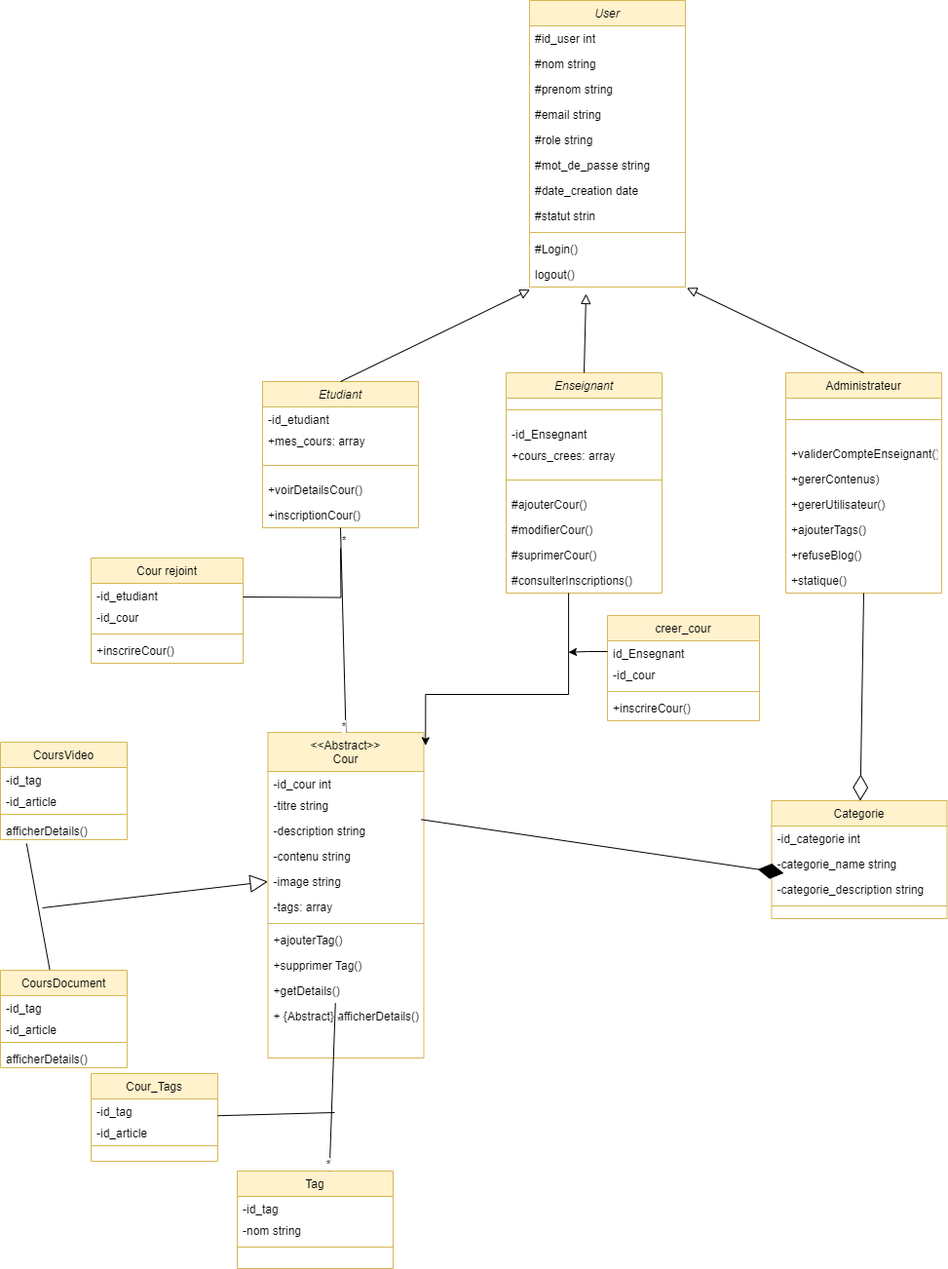
The draw.io diagram diagrams/class-diagram.drawio.png in Abdelmoudiri/Youdemy, before a commit. Source tidied: cells renumbered, new cells last; positions are measured from the earlier drawing's top-left corner, leaving out a move shared by most shapes.
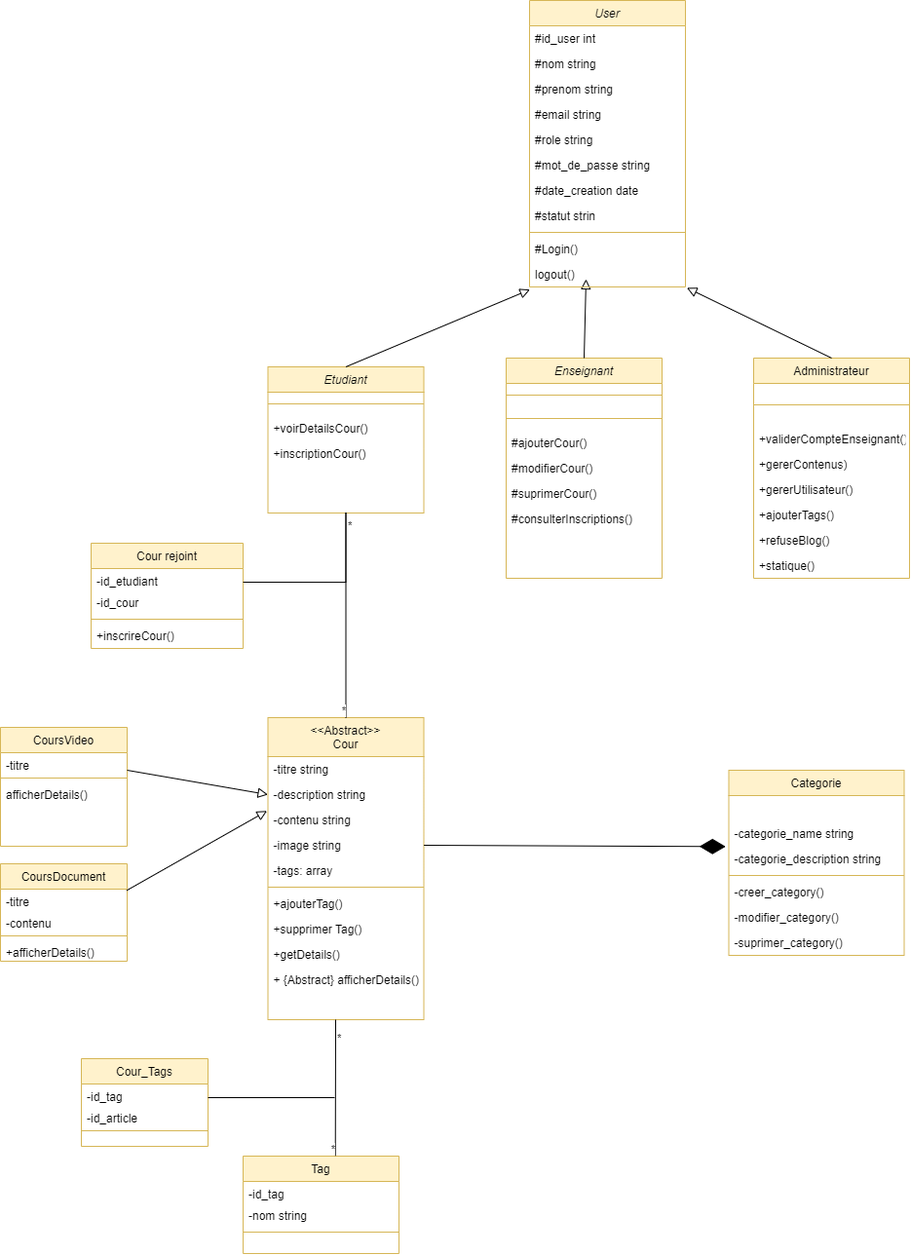
Later version of the same file.

Commit message:
modifier les diagrammes

What changed in the source:
```diff
@@ -5,18 +5,12 @@
     <mxCell id="2" value="Etudiant" style="swimlane;fontStyle=2;align=center;verticalAlign=top;horizontal=1;startSize=26;rounded=0;shadow=0;strokeWidth=1;fillColor=#fff2cc;strokeColor=#d6b656;" parent="1" vertex="1">
-      <mxGeometry x="269" y="391" width="160" height="150" as="geometry" />
+      <mxGeometry x="274.5" y="391" width="160" height="150" as="geometry" />
     </mxCell>
-    <mxCell id="3" value="-id_etudiant" style="text;align=left;verticalAlign=top;spacingLeft=4;spacingRight=4;overflow=hidden;" parent="2" vertex="1">
-      <mxGeometry y="26" width="160" height="22" as="geometry" />
-    </mxCell>
-    <mxCell id="4" value="+mes_cours: array" style="text;align=left;verticalAlign=top;spacingLeft=4;spacingRight=4;overflow=hidden;" parent="2" vertex="1">
-      <mxGeometry y="48" width="160" height="26" as="geometry" />
-    </mxCell>
     <mxCell id="5" style="line;html=1;strokeWidth=1;align=left;verticalAlign=middle;spacingTop=-1;spacingLeft=3;spacingRight=3;labelPosition=right;fillColor=#fff2cc;strokeColor=#d6b656;" parent="2" vertex="1">
-      <mxGeometry y="74" width="160" height="24" as="geometry" />
+      <mxGeometry y="26" width="160" height="24" as="geometry" />
     </mxCell>
     <mxCell id="6" value="+voirDetailsCour()" style="text;align=left;verticalAlign=top;spacingLeft=4;spacingRight=4;overflow=hidden;" parent="2" vertex="1">
-      <mxGeometry y="98" width="160" height="26" as="geometry" />
+      <mxGeometry y="50" width="160" height="26" as="geometry" />
     </mxCell>
     <mxCell id="7" value="+inscriptionCour()" style="text;align=left;verticalAlign=top;spacingLeft=4;spacingRight=4;overflow=hidden;" parent="2" vertex="1">
-      <mxGeometry y="124" width="160" height="26" as="geometry" />
+      <mxGeometry y="76" width="160" height="26" as="geometry" />
     </mxCell>
@@ -28,25 +22,19 @@
     </mxCell>
-    <mxCell id="10" value="-id_Ensegnant" style="text;align=left;verticalAlign=top;spacingLeft=4;spacingRight=4;overflow=hidden;" parent="8" vertex="1">
-      <mxGeometry y="50" width="160" height="22" as="geometry" />
-    </mxCell>
-    <mxCell id="11" value="+cours_crees: array" style="text;align=left;verticalAlign=top;spacingLeft=4;spacingRight=4;overflow=hidden;" parent="8" vertex="1">
-      <mxGeometry y="72" width="160" height="26" as="geometry" />
-    </mxCell>
     <mxCell id="12" style="line;html=1;strokeWidth=1;align=left;verticalAlign=middle;spacingTop=-1;spacingLeft=3;spacingRight=3;labelPosition=right;fillColor=#fff2cc;strokeColor=#d6b656;" parent="8" vertex="1">
-      <mxGeometry y="98" width="160" height="24" as="geometry" />
+      <mxGeometry y="50" width="160" height="24" as="geometry" />
     </mxCell>
     <mxCell id="13" value="#ajouterCour()" style="text;align=left;verticalAlign=top;spacingLeft=4;spacingRight=4;overflow=hidden;" parent="8" vertex="1">
-      <mxGeometry y="122" width="160" height="26" as="geometry" />
+      <mxGeometry y="74" width="160" height="26" as="geometry" />
     </mxCell>
     <mxCell id="14" value="#modifierCour()" style="text;align=left;verticalAlign=top;spacingLeft=4;spacingRight=4;overflow=hidden;" parent="8" vertex="1">
-      <mxGeometry y="148" width="160" height="26" as="geometry" />
+      <mxGeometry y="100" width="160" height="26" as="geometry" />
     </mxCell>
     <mxCell id="15" value="#suprimerCour()" style="text;align=left;verticalAlign=top;spacingLeft=4;spacingRight=4;overflow=hidden;" parent="8" vertex="1">
-      <mxGeometry y="174" width="160" height="26" as="geometry" />
+      <mxGeometry y="126" width="160" height="26" as="geometry" />
     </mxCell>
     <mxCell id="16" value="#consulterInscriptions()" style="text;align=left;verticalAlign=top;spacingLeft=4;spacingRight=4;overflow=hidden;" parent="8" vertex="1">
-      <mxGeometry y="200" width="160" height="26" as="geometry" />
+      <mxGeometry y="152" width="160" height="26" as="geometry" />
     </mxCell>
     <mxCell id="17" value="Administrateur" style="swimlane;fontStyle=0;align=center;verticalAlign=top;horizontal=1;startSize=26;rounded=0;shadow=0;strokeWidth=1;fillColor=#fff2cc;strokeColor=#d6b656;" parent="1" vertex="1">
-      <mxGeometry x="806" y="382" width="160" height="226" as="geometry" />
+      <mxGeometry x="773" y="382" width="160" height="226" as="geometry" />
     </mxCell>
@@ -74,39 +62,36 @@
     <mxCell id="25" value="&lt;&lt;Abstract&gt;&gt;&#10;Cour&#10;" style="swimlane;fontStyle=0;align=center;verticalAlign=top;horizontal=1;startSize=40;rounded=0;shadow=0;strokeWidth=1;fillColor=#fff2cc;strokeColor=#d6b656;" parent="1" vertex="1">
-      <mxGeometry x="274.5" y="751" width="160" height="334" as="geometry" />
+      <mxGeometry x="274.5" y="751" width="160" height="310" as="geometry" />
     </mxCell>
-    <mxCell id="26" value="-id_cour int" style="text;align=left;verticalAlign=top;spacingLeft=4;spacingRight=4;overflow=hidden;" parent="25" vertex="1">
-      <mxGeometry y="40" width="160" height="22" as="geometry" />
-    </mxCell>
     <mxCell id="27" value="-titre string" style="text;align=left;verticalAlign=top;spacingLeft=4;spacingRight=4;overflow=hidden;points=[[0,0.5],[1,0.5]];portConstraint=eastwest;" parent="25" vertex="1">
-      <mxGeometry y="62" width="160" height="26" as="geometry" />
+      <mxGeometry y="40" width="160" height="26" as="geometry" />
     </mxCell>
     <mxCell id="28" value="-description string" style="text;align=left;verticalAlign=top;spacingLeft=4;spacingRight=4;overflow=hidden;points=[[0,0.5],[1,0.5]];portConstraint=eastwest;" parent="25" vertex="1">
-      <mxGeometry y="88" width="160" height="26" as="geometry" />
+      <mxGeometry y="66" width="160" height="26" as="geometry" />
     </mxCell>
     <mxCell id="29" value="-contenu string" style="text;align=left;verticalAlign=top;spacingLeft=4;spacingRight=4;overflow=hidden;points=[[0,0.5],[1,0.5]];portConstraint=eastwest;" parent="25" vertex="1">
-      <mxGeometry y="114" width="160" height="26" as="geometry" />
+      <mxGeometry y="92" width="160" height="26" as="geometry" />
     </mxCell>
     <mxCell id="30" value="-image string" style="text;align=left;verticalAlign=top;spacingLeft=4;spacingRight=4;overflow=hidden;points=[[0,0.5],[1,0.5]];portConstraint=eastwest;" parent="25" vertex="1">
-      <mxGeometry y="140" width="160" height="26" as="geometry" />
+      <mxGeometry y="118" width="160" height="26" as="geometry" />
     </mxCell>
     <mxCell id="31" value="-tags: array" style="text;align=left;verticalAlign=top;spacingLeft=4;spacingRight=4;overflow=hidden;" parent="25" vertex="1">
-      <mxGeometry y="166" width="160" height="26" as="geometry" />
+      <mxGeometry y="144" width="160" height="26" as="geometry" />
     </mxCell>
     <mxCell id="32" style="line;html=1;strokeWidth=1;align=left;verticalAlign=middle;spacingTop=-1;spacingLeft=3;spacingRight=3;labelPosition=right;fillColor=#fff2cc;strokeColor=#d6b656;" parent="25" vertex="1">
-      <mxGeometry y="192" width="160" height="8" as="geometry" />
+      <mxGeometry y="170" width="160" height="8" as="geometry" />
     </mxCell>
     <mxCell id="33" value="+ajouterTag()" style="text;align=left;verticalAlign=top;spacingLeft=4;spacingRight=4;overflow=hidden;" parent="25" vertex="1">
-      <mxGeometry y="200" width="160" height="26" as="geometry" />
+      <mxGeometry y="178" width="160" height="26" as="geometry" />
     </mxCell>
     <mxCell id="34" value="+supprimer Tag()" style="text;align=left;verticalAlign=top;spacingLeft=4;spacingRight=4;overflow=hidden;" parent="25" vertex="1">
-      <mxGeometry y="226" width="160" height="26" as="geometry" />
+      <mxGeometry y="204" width="160" height="26" as="geometry" />
     </mxCell>
     <mxCell id="35" value="+getDetails()" style="text;align=left;verticalAlign=top;spacingLeft=4;spacingRight=4;overflow=hidden;points=[[0,0.5],[1,0.5]];portConstraint=eastwest;" parent="25" vertex="1">
-      <mxGeometry y="252" width="160" height="26" as="geometry" />
+      <mxGeometry y="230" width="160" height="26" as="geometry" />
     </mxCell>
     <mxCell id="36" value="+ {Abstract} afficherDetails()" style="text;align=left;verticalAlign=top;spacingLeft=4;spacingRight=4;overflow=hidden;" parent="25" vertex="1">
-      <mxGeometry y="278" width="160" height="26" as="geometry" />
+      <mxGeometry y="256" width="160" height="26" as="geometry" />
     </mxCell>
     <mxCell id="37" value="Tag" style="swimlane;fontStyle=0;align=center;verticalAlign=top;horizontal=1;startSize=26;rounded=0;shadow=0;strokeWidth=1;fillColor=#fff2cc;strokeColor=#d6b656;" parent="1" vertex="1">
-      <mxGeometry x="243" y="1201" width="160" height="100" as="geometry" />
+      <mxGeometry x="249" y="1201" width="160" height="100" as="geometry" />
     </mxCell>
@@ -122,3 +107,3 @@
     <mxCell id="41" value="Cour_Tags" style="swimlane;fontStyle=0;align=center;verticalAlign=top;horizontal=1;startSize=26;rounded=0;shadow=0;strokeWidth=1;fillColor=#fff2cc;strokeColor=#d6b656;" parent="1" vertex="1">
-      <mxGeometry x="93" y="1101" width="130" height="90" as="geometry" />
+      <mxGeometry x="83" y="1101" width="130" height="90" as="geometry" />
     </mxCell>
@@ -134,5 +119,5 @@
     <mxCell id="45" value="Categorie" style="swimlane;fontStyle=0;align=center;verticalAlign=top;horizontal=1;startSize=26;rounded=0;shadow=0;strokeWidth=1;fillColor=#fff2cc;strokeColor=#d6b656;" parent="1" vertex="1">
-      <mxGeometry x="791.5" y="821" width="180" height="121" as="geometry" />
+      <mxGeometry x="747.5" y="805" width="180" height="190" as="geometry" />
     </mxCell>
-    <mxCell id="46" value="-id_categorie int" style="text;align=left;verticalAlign=top;spacingLeft=4;spacingRight=4;overflow=hidden;" parent="45" vertex="1">
+    <mxCell id="46" value="&#10;" style="text;align=left;verticalAlign=top;spacingLeft=4;spacingRight=4;overflow=hidden;" parent="45" vertex="1">
       <mxGeometry y="26" width="180" height="26" as="geometry" />
@@ -148,2 +133,11 @@
     </mxCell>
+    <mxCell id="99" value="-creer_category()" style="text;align=left;verticalAlign=top;spacingLeft=4;spacingRight=4;overflow=hidden;" parent="45" vertex="1">
+      <mxGeometry y="112" width="180" height="26" as="geometry" />
+    </mxCell>
+    <mxCell id="100" value="-modifier_category()" style="text;align=left;verticalAlign=top;spacingLeft=4;spacingRight=4;overflow=hidden;" parent="45" vertex="1">
+      <mxGeometry y="138" width="180" height="26" as="geometry" />
+    </mxCell>
+    <mxCell id="101" value="-suprimer_category()" style="text;align=left;verticalAlign=top;spacingLeft=4;spacingRight=4;overflow=hidden;" parent="45" vertex="1">
+      <mxGeometry y="164" width="180" height="26" as="geometry" />
+    </mxCell>
     <mxCell id="50" value="Cour rejoint" style="swimlane;fontStyle=0;align=center;verticalAlign=top;horizontal=1;startSize=26;rounded=0;shadow=0;strokeWidth=1;fillColor=#fff2cc;strokeColor=#d6b656;" parent="1" vertex="1">
@@ -169,6 +163,3 @@
     </mxCell>
-    <mxCell id="56" style="endArrow=diamondThin;endFill=0;endSize=24;html=1;rounded=0;exitX=0.5;exitY=1;exitDx=0;exitDy=0;" parent="1" edge="1" source="17" target="45">
-      <mxGeometry relative="1" as="geometry" />
-    </mxCell>
-    <mxCell id="57" style="endArrow=diamondThin;endFill=1;endSize=24;html=1;rounded=0;entryX=0.069;entryY=-0.139;entryDx=0;entryDy=0;entryPerimeter=0;exitX=0.983;exitY=1.051;exitDx=0;exitDy=0;exitPerimeter=0;" parent="1" edge="1" source="27" target="48">
+    <mxCell id="57" style="endArrow=diamondThin;endFill=1;endSize=24;html=1;rounded=0;entryX=-0.018;entryY=0.013;entryDx=0;entryDy=0;entryPerimeter=0;exitX=1;exitY=0.5;exitDx=0;exitDy=0;" parent="1" edge="1" source="30" target="48">
       <mxGeometry relative="1" as="geometry" />
@@ -186,3 +177,3 @@
     <mxCell id="60" value="User" style="swimlane;fontStyle=2;align=center;verticalAlign=top;horizontal=1;startSize=26;rounded=0;shadow=0;strokeWidth=1;fillColor=#fff2cc;strokeColor=#d6b656;" parent="1" vertex="1">
-      <mxGeometry x="543" width="160" height="294" as="geometry" />
+      <mxGeometry x="543" y="15" width="160" height="294" as="geometry" />
     </mxCell>
@@ -221,4 +212,6 @@
     </mxCell>
-    <mxCell id="72" style="endArrow=none;html=1;rounded=0;entryX=0.592;entryY=-0.003;entryDx=0;entryDy=0;entryPerimeter=0;exitX=0.433;exitY=0.987;exitDx=0;exitDy=0;exitPerimeter=0;" parent="1" edge="1" source="35" target="37">
-      <mxGeometry relative="1" as="geometry" />
+    <mxCell id="72" style="endArrow=none;html=1;rounded=0;entryX=0.592;entryY=-0.003;entryDx=0;entryDy=0;entryPerimeter=0;" parent="1" edge="1" target="37">
+      <mxGeometry relative="1" as="geometry">
+        <mxPoint x="344" y="1061" as="sourcePoint" />
+      </mxGeometry>
     </mxCell>
@@ -243,55 +236,23 @@
     </mxCell>
-    <mxCell id="78" style="endArrow=none;html=1;edgeStyle=orthogonalEdgeStyle;rounded=0;" parent="1" edge="1">
+    <mxCell id="78" style="endArrow=none;html=1;edgeStyle=orthogonalEdgeStyle;rounded=0;entryX=0.5;entryY=1;entryDx=0;entryDy=0;" parent="1" edge="1" target="2">
       <mxGeometry relative="1" as="geometry">
         <mxPoint x="249" y="612" as="sourcePoint" />
-        <mxPoint x="349" y="562" as="targetPoint" />
+        <Array as="points">
+          <mxPoint x="354" y="612" />
+        </Array>
       </mxGeometry>
     </mxCell>
-    <mxCell id="79" style="endArrow=none;html=1;rounded=0;" parent="1" edge="1" target="41">
+    <mxCell id="79" style="endArrow=none;html=1;rounded=0;" parent="1" edge="1">
       <mxGeometry relative="1" as="geometry">
         <mxPoint x="343" y="1141" as="sourcePoint" />
+        <mxPoint x="213" y="1141" as="targetPoint" />
       </mxGeometry>
     </mxCell>
-    <mxCell id="80" style="edgeStyle=orthogonalEdgeStyle;rounded=0;jettySize=auto;html=1;entryX=1.011;entryY=0.04;entryDx=0;entryDy=0;entryPerimeter=0;" parent="1" edge="1" source="8" target="25">
-      <mxGeometry relative="1" as="geometry">
-        <Array as="points">
-          <mxPoint x="583" y="712" />
-        </Array>
-      </mxGeometry>
-    </mxCell>
-    <mxCell id="81" value="creer_cour" style="swimlane;fontStyle=0;align=center;verticalAlign=top;horizontal=1;startSize=26;rounded=0;shadow=0;strokeWidth=1;fillColor=#fff2cc;strokeColor=#d6b656;" parent="1" vertex="1">
-      <mxGeometry x="623" y="631" width="156" height="108" as="geometry" />
-    </mxCell>
-    <mxCell id="82" style="edgeStyle=orthogonalEdgeStyle;rounded=0;jettySize=auto;html=1;exitX=0;exitY=0.5;exitDx=0;exitDy=0;" parent="81" edge="1" source="83">
-      <mxGeometry relative="1" as="geometry">
-        <mxPoint x="-40" y="37.7" as="targetPoint" />
-      </mxGeometry>
-    </mxCell>
-    <mxCell id="83" value="id_Ensegnant" style="text;align=left;verticalAlign=top;spacingLeft=4;spacingRight=4;overflow=hidden;points=[[0,0.5],[1,0.5]];portConstraint=eastwest;" parent="81" vertex="1">
-      <mxGeometry y="26" width="156" height="22" as="geometry" />
-    </mxCell>
-    <mxCell id="84" value="-id_cour" style="text;align=left;verticalAlign=top;spacingLeft=4;spacingRight=4;overflow=hidden;" parent="81" vertex="1">
-      <mxGeometry y="48" width="156" height="26" as="geometry" />
-    </mxCell>
-    <mxCell id="85" style="line;html=1;strokeWidth=1;align=left;verticalAlign=middle;spacingTop=-1;spacingLeft=3;spacingRight=3;labelPosition=right;fillColor=#fff2cc;strokeColor=#d6b656;" parent="81" vertex="1">
-      <mxGeometry y="74" width="156" height="8" as="geometry" />
-    </mxCell>
-    <mxCell id="86" value="+inscrireCour()" style="text;align=left;verticalAlign=top;spacingLeft=4;spacingRight=4;overflow=hidden;" parent="81" vertex="1">
-      <mxGeometry y="82" width="156" height="26" as="geometry" />
-    </mxCell>
-    <mxCell id="87" style="endArrow=block;endSize=16;endFill=0;html=1;rounded=0;entryX=0;entryY=0.5;entryDx=0;entryDy=0;" parent="1" edge="1" target="30">
-      <mxGeometry relative="1" as="geometry">
-        <mxPoint x="43" y="931" as="sourcePoint" />
-      </mxGeometry>
-    </mxCell>
-    <mxCell id="88" style="endArrow=none;html=1;rounded=0;exitX=0.391;exitY=0.009;exitDx=0;exitDy=0;exitPerimeter=0;entryX=0.206;entryY=1.182;entryDx=0;entryDy=0;entryPerimeter=0;" parent="1" edge="1" source="89" target="98">
-      <mxGeometry relative="1" as="geometry" />
-    </mxCell>
     <mxCell id="89" value="CoursDocument&#10;" style="swimlane;fontStyle=0;align=center;verticalAlign=top;horizontal=1;startSize=26;rounded=0;shadow=0;strokeWidth=1;fillColor=#fff2cc;strokeColor=#d6b656;" parent="1" vertex="1">
-      <mxGeometry y="995" width="130" height="100" as="geometry" />
+      <mxGeometry y="901" width="130" height="100" as="geometry" />
     </mxCell>
-    <mxCell id="90" value="-id_tag" style="text;align=left;verticalAlign=top;spacingLeft=4;spacingRight=4;overflow=hidden;points=[[0,0.5],[1,0.5]];portConstraint=eastwest;" parent="89" vertex="1">
+    <mxCell id="90" value="-titre" style="text;align=left;verticalAlign=top;spacingLeft=4;spacingRight=4;overflow=hidden;points=[[0,0.5],[1,0.5]];portConstraint=eastwest;" parent="89" vertex="1">
       <mxGeometry y="26" width="130" height="22" as="geometry" />
     </mxCell>
-    <mxCell id="91" value="-id_article" style="text;align=left;verticalAlign=top;spacingLeft=4;spacingRight=4;overflow=hidden;" parent="89" vertex="1">
+    <mxCell id="91" value="-contenu" style="text;align=left;verticalAlign=top;spacingLeft=4;spacingRight=4;overflow=hidden;" parent="89" vertex="1">
       <mxGeometry y="48" width="130" height="22" as="geometry" />
@@ -301,3 +262,3 @@
     </mxCell>
-    <mxCell id="93" value="afficherDetails()" style="text;align=left;verticalAlign=top;spacingLeft=4;spacingRight=4;overflow=hidden;" parent="89" vertex="1">
+    <mxCell id="93" value="+afficherDetails()" style="text;align=left;verticalAlign=top;spacingLeft=4;spacingRight=4;overflow=hidden;" parent="89" vertex="1">
       <mxGeometry y="78" width="130" height="22" as="geometry" />
@@ -305,16 +266,24 @@
     <mxCell id="94" value="CoursVideo&#10;" style="swimlane;fontStyle=0;align=center;verticalAlign=top;horizontal=1;startSize=26;rounded=0;shadow=0;strokeWidth=1;fillColor=#fff2cc;strokeColor=#d6b656;" parent="1" vertex="1">
-      <mxGeometry y="761" width="130" height="100" as="geometry" />
+      <mxGeometry y="761" width="130" height="122" as="geometry" />
     </mxCell>
-    <mxCell id="95" value="-id_tag" style="text;align=left;verticalAlign=top;spacingLeft=4;spacingRight=4;overflow=hidden;" parent="94" vertex="1">
-      <mxGeometry y="26" width="130" height="22" as="geometry" />
-    </mxCell>
-    <mxCell id="96" value="-id_article" style="text;align=left;verticalAlign=top;spacingLeft=4;spacingRight=4;overflow=hidden;" parent="94" vertex="1">
-      <mxGeometry y="48" width="130" height="22" as="geometry" />
-    </mxCell>
+    <mxCell id="102" value="-titre" style="text;align=left;verticalAlign=top;spacingLeft=4;spacingRight=4;overflow=hidden;" parent="94" vertex="1">
+      <mxGeometry y="26" width="130" height="22" as="geometry" />
+    </mxCell>
     <mxCell id="97" style="line;html=1;strokeWidth=1;align=left;verticalAlign=middle;spacingTop=-1;spacingLeft=3;spacingRight=3;labelPosition=right;fillColor=#fff2cc;strokeColor=#d6b656;" parent="94" vertex="1">
-      <mxGeometry y="70" width="130" height="8" as="geometry" />
+      <mxGeometry y="48" width="130" height="8" as="geometry" />
     </mxCell>
     <mxCell id="98" value="afficherDetails()" style="text;align=left;verticalAlign=top;spacingLeft=4;spacingRight=4;overflow=hidden;points=[[0,0.5],[1,0.5]];portConstraint=eastwest;" parent="94" vertex="1">
-      <mxGeometry y="78" width="130" height="22" as="geometry" />
+      <mxGeometry y="56" width="130" height="22" as="geometry" />
     </mxCell>
+    <mxCell id="103" style="endArrow=block;html=1;rounded=0;align=center;verticalAlign=bottom;endFill=0;labelBackgroundColor=none;endSize=8;entryX=0;entryY=0.5;entryDx=0;entryDy=0;exitX=0.5;exitY=0;exitDx=0;exitDy=0;" parent="1" edge="1" target="28">
+      <mxGeometry x="0.38" y="10" relative="1" as="geometry">
+        <mxPoint x="130" y="805" as="sourcePoint" />
+        <mxPoint x="-1" as="offset" />
+      </mxGeometry>
+    </mxCell>
+    <mxCell id="104" style="endArrow=block;html=1;rounded=0;align=center;verticalAlign=bottom;endFill=0;labelBackgroundColor=none;endSize=8;exitX=0.997;exitY=0.061;exitDx=0;exitDy=0;exitPerimeter=0;entryX=-0.006;entryY=0.145;entryDx=0;entryDy=0;entryPerimeter=0;" parent="1" edge="1" source="90" target="29">
+      <mxGeometry x="0.38" y="10" relative="1" as="geometry">
+        <mxPoint x="-1" as="offset" />
+      </mxGeometry>
+    </mxCell>
   </root>
```
